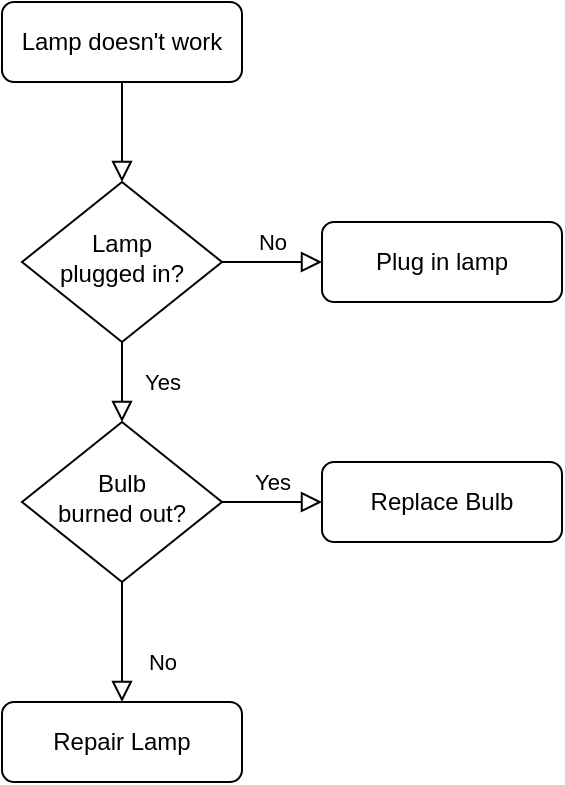
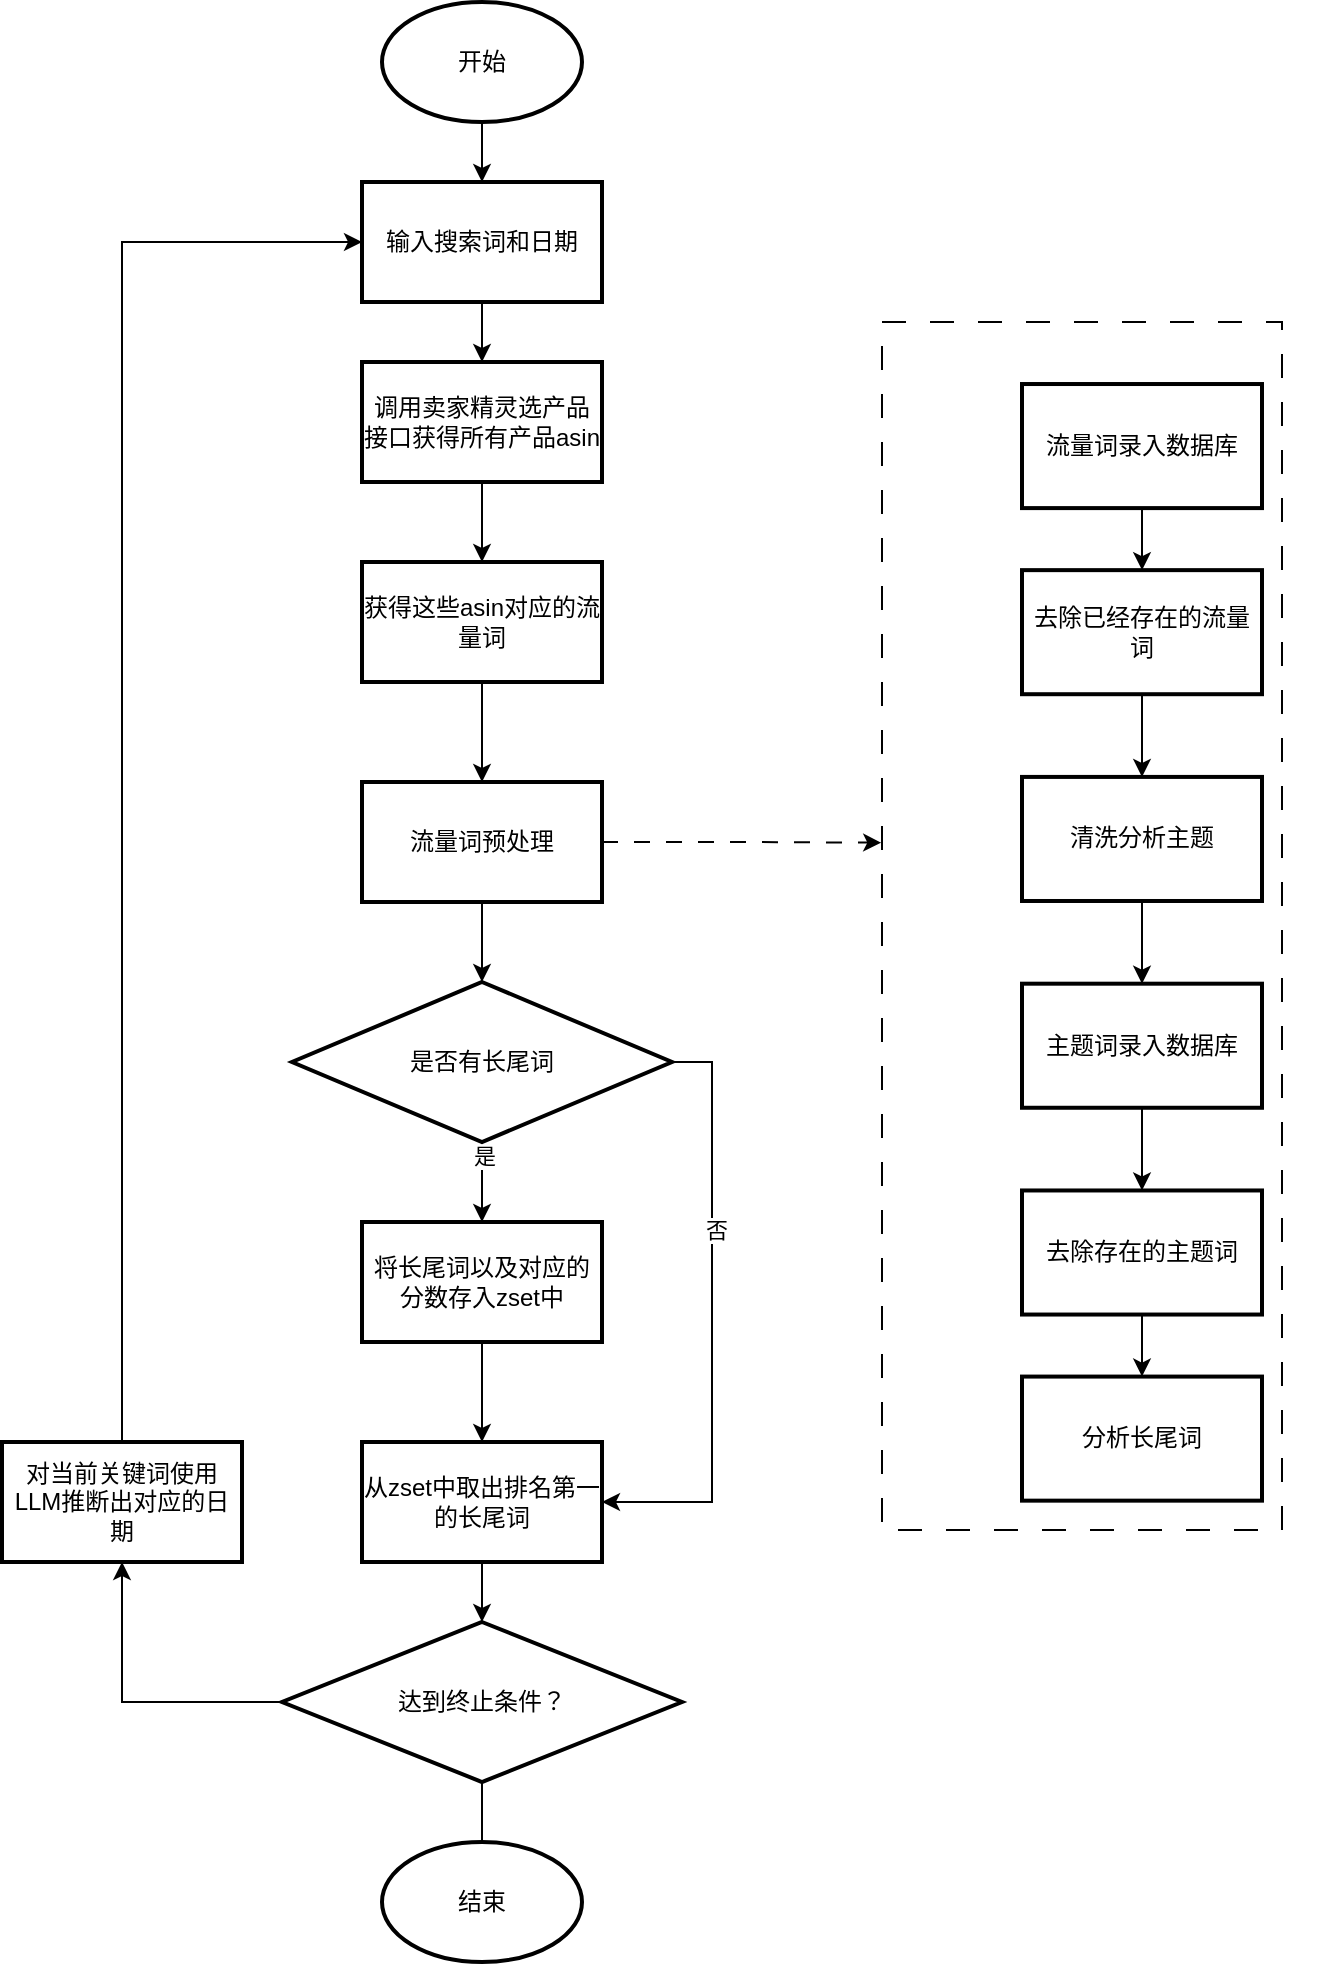
<mxfile host="app.diagrams.net">
  <diagram id="C5RBs43oDa-KdzZeNtuy" name="Page-1">
-     <mxGraphModel dx="1223" dy="898" grid="1" gridSize="10" guides="1" tooltips="1" connect="1" arrows="1" fold="1" page="1" pageScale="1" pageWidth="827" pageHeight="1169" math="0" shadow="0">
+     <mxGraphModel dx="1654" dy="878" grid="1" gridSize="10" guides="1" tooltips="1" connect="1" arrows="1" fold="1" page="1" pageScale="1" pageWidth="827" pageHeight="1169" math="0" shadow="0">
      <root>
        <mxCell id="WIyWlLk6GJQsqaUBKTNV-0" />
        <mxCell id="WIyWlLk6GJQsqaUBKTNV-1" parent="WIyWlLk6GJQsqaUBKTNV-0" />
-         <mxCell id="WIyWlLk6GJQsqaUBKTNV-2" value="" style="rounded=0;html=1;jettySize=auto;orthogonalLoop=1;fontSize=11;endArrow=block;endFill=0;endSize=8;strokeWidth=1;shadow=0;labelBackgroundColor=none;edgeStyle=orthogonalEdgeStyle;" parent="WIyWlLk6GJQsqaUBKTNV-1" source="WIyWlLk6GJQsqaUBKTNV-3" target="WIyWlLk6GJQsqaUBKTNV-6" edge="1">
+         <mxCell id="lqHJidFNR8SIyas8HkI6-2" edge="1" parent="WIyWlLk6GJQsqaUBKTNV-1" source="lqHJidFNR8SIyas8HkI6-0" style="edgeStyle=orthogonalEdgeStyle;rounded=0;orthogonalLoop=1;jettySize=auto;html=1;" target="lqHJidFNR8SIyas8HkI6-1" value="">
          <mxGeometry relative="1" as="geometry" />
        </mxCell>
-         <mxCell id="WIyWlLk6GJQsqaUBKTNV-3" value="Lamp doesn&#39;t work" style="rounded=1;whiteSpace=wrap;html=1;fontSize=12;glass=0;strokeWidth=1;shadow=0;" parent="WIyWlLk6GJQsqaUBKTNV-1" vertex="1">
-           <mxGeometry x="160" y="80" width="120" height="40" as="geometry" />
+         <mxCell id="lqHJidFNR8SIyas8HkI6-0" parent="WIyWlLk6GJQsqaUBKTNV-1" style="strokeWidth=2;html=1;shape=mxgraph.flowchart.start_1;whiteSpace=wrap;" value="开始" vertex="1">
+           <mxGeometry height="60" width="100" x="280" y="120" as="geometry" />
        </mxCell>
-         <mxCell id="WIyWlLk6GJQsqaUBKTNV-4" value="Yes" style="rounded=0;html=1;jettySize=auto;orthogonalLoop=1;fontSize=11;endArrow=block;endFill=0;endSize=8;strokeWidth=1;shadow=0;labelBackgroundColor=none;edgeStyle=orthogonalEdgeStyle;" parent="WIyWlLk6GJQsqaUBKTNV-1" source="WIyWlLk6GJQsqaUBKTNV-6" target="WIyWlLk6GJQsqaUBKTNV-10" edge="1">
-           <mxGeometry y="20" relative="1" as="geometry">
+         <mxCell id="lqHJidFNR8SIyas8HkI6-4" edge="1" parent="WIyWlLk6GJQsqaUBKTNV-1" source="lqHJidFNR8SIyas8HkI6-1" style="edgeStyle=orthogonalEdgeStyle;rounded=0;orthogonalLoop=1;jettySize=auto;html=1;" target="lqHJidFNR8SIyas8HkI6-3" value="">
+           <mxGeometry relative="1" as="geometry" />
+         </mxCell>
+         <mxCell id="lqHJidFNR8SIyas8HkI6-1" parent="WIyWlLk6GJQsqaUBKTNV-1" style="whiteSpace=wrap;html=1;strokeWidth=2;" value="输入搜索词和日期" vertex="1">
+           <mxGeometry height="60" width="120" x="270" y="210" as="geometry" />
+         </mxCell>
+         <mxCell id="lqHJidFNR8SIyas8HkI6-7" edge="1" parent="WIyWlLk6GJQsqaUBKTNV-1" source="lqHJidFNR8SIyas8HkI6-3" style="edgeStyle=orthogonalEdgeStyle;rounded=0;orthogonalLoop=1;jettySize=auto;html=1;" target="lqHJidFNR8SIyas8HkI6-6" value="">
+           <mxGeometry relative="1" as="geometry" />
+         </mxCell>
+         <mxCell id="lqHJidFNR8SIyas8HkI6-3" parent="WIyWlLk6GJQsqaUBKTNV-1" style="whiteSpace=wrap;html=1;strokeWidth=2;" value="调用卖家精灵选产品接口获得所有产品asin" vertex="1">
+           <mxGeometry height="60" width="120" x="270" y="300" as="geometry" />
+         </mxCell>
+         <mxCell id="lqHJidFNR8SIyas8HkI6-47" edge="1" parent="WIyWlLk6GJQsqaUBKTNV-1" source="lqHJidFNR8SIyas8HkI6-6" style="edgeStyle=orthogonalEdgeStyle;rounded=0;orthogonalLoop=1;jettySize=auto;html=1;" target="lqHJidFNR8SIyas8HkI6-46" value="">
+           <mxGeometry relative="1" as="geometry" />
+         </mxCell>
+         <mxCell id="lqHJidFNR8SIyas8HkI6-6" parent="WIyWlLk6GJQsqaUBKTNV-1" style="whiteSpace=wrap;html=1;strokeWidth=2;" value="获得这些asin对应的流量词" vertex="1">
+           <mxGeometry height="60" width="120" x="270" y="400" as="geometry" />
+         </mxCell>
+         <mxCell id="lqHJidFNR8SIyas8HkI6-31" edge="1" parent="WIyWlLk6GJQsqaUBKTNV-1" source="lqHJidFNR8SIyas8HkI6-20" style="edgeStyle=orthogonalEdgeStyle;rounded=0;orthogonalLoop=1;jettySize=auto;html=1;" target="lqHJidFNR8SIyas8HkI6-24" value="">
+           <mxGeometry relative="1" as="geometry" />
+         </mxCell>
+         <mxCell id="lqHJidFNR8SIyas8HkI6-20" parent="WIyWlLk6GJQsqaUBKTNV-1" style="whiteSpace=wrap;html=1;strokeWidth=2;" value="将长尾词以及对应的分数存入zset中" vertex="1">
+           <mxGeometry height="60" width="120" x="270" y="730" as="geometry" />
+         </mxCell>
+         <mxCell id="lqHJidFNR8SIyas8HkI6-36" edge="1" parent="WIyWlLk6GJQsqaUBKTNV-1" source="lqHJidFNR8SIyas8HkI6-24" style="edgeStyle=orthogonalEdgeStyle;rounded=0;orthogonalLoop=1;jettySize=auto;html=1;" target="lqHJidFNR8SIyas8HkI6-35" value="">
+           <mxGeometry relative="1" as="geometry" />
+         </mxCell>
+         <mxCell id="lqHJidFNR8SIyas8HkI6-24" parent="WIyWlLk6GJQsqaUBKTNV-1" style="whiteSpace=wrap;html=1;strokeWidth=2;" value="从zset中取出排名第一的长尾词" vertex="1">
+           <mxGeometry height="60" width="120" x="270" y="840" as="geometry" />
+         </mxCell>
+         <mxCell id="lqHJidFNR8SIyas8HkI6-30" edge="1" parent="WIyWlLk6GJQsqaUBKTNV-1" source="lqHJidFNR8SIyas8HkI6-28" style="edgeStyle=orthogonalEdgeStyle;rounded=0;orthogonalLoop=1;jettySize=auto;html=1;" target="lqHJidFNR8SIyas8HkI6-20" value="">
+           <mxGeometry relative="1" as="geometry" />
+         </mxCell>
+         <mxCell id="lqHJidFNR8SIyas8HkI6-33" connectable="0" parent="lqHJidFNR8SIyas8HkI6-30" style="edgeLabel;html=1;align=center;verticalAlign=middle;resizable=0;points=[];" value="是" vertex="1">
+           <mxGeometry relative="1" x="-0.65" y="1" as="geometry">
            <mxPoint as="offset" />
          </mxGeometry>
        </mxCell>
-         <mxCell id="WIyWlLk6GJQsqaUBKTNV-5" value="No" style="edgeStyle=orthogonalEdgeStyle;rounded=0;html=1;jettySize=auto;orthogonalLoop=1;fontSize=11;endArrow=block;endFill=0;endSize=8;strokeWidth=1;shadow=0;labelBackgroundColor=none;" parent="WIyWlLk6GJQsqaUBKTNV-1" source="WIyWlLk6GJQsqaUBKTNV-6" target="WIyWlLk6GJQsqaUBKTNV-7" edge="1">
-           <mxGeometry y="10" relative="1" as="geometry">
+         <mxCell id="lqHJidFNR8SIyas8HkI6-32" edge="1" parent="WIyWlLk6GJQsqaUBKTNV-1" source="lqHJidFNR8SIyas8HkI6-28" style="edgeStyle=orthogonalEdgeStyle;rounded=0;orthogonalLoop=1;jettySize=auto;html=1;entryX=1;entryY=0.5;entryDx=0;entryDy=0;" target="lqHJidFNR8SIyas8HkI6-24">
+           <mxGeometry relative="1" as="geometry">
+             <Array as="points">
+               <mxPoint x="445" y="650" />
+               <mxPoint x="445" y="870" />
+             </Array>
+           </mxGeometry>
+         </mxCell>
+         <mxCell id="lqHJidFNR8SIyas8HkI6-34" connectable="0" parent="lqHJidFNR8SIyas8HkI6-32" style="edgeLabel;html=1;align=center;verticalAlign=middle;resizable=0;points=[];" value="否" vertex="1">
+           <mxGeometry relative="1" x="-0.2949" y="2" as="geometry">
            <mxPoint as="offset" />
          </mxGeometry>
        </mxCell>
-         <mxCell id="WIyWlLk6GJQsqaUBKTNV-6" value="Lamp&lt;br&gt;plugged in?" style="rhombus;whiteSpace=wrap;html=1;shadow=0;fontFamily=Helvetica;fontSize=12;align=center;strokeWidth=1;spacing=6;spacingTop=-4;" parent="WIyWlLk6GJQsqaUBKTNV-1" vertex="1">
-           <mxGeometry x="170" y="170" width="100" height="80" as="geometry" />
+         <mxCell id="lqHJidFNR8SIyas8HkI6-28" parent="WIyWlLk6GJQsqaUBKTNV-1" style="rhombus;whiteSpace=wrap;html=1;strokeWidth=2;" value="是否有长尾词" vertex="1">
+           <mxGeometry height="80" width="190" x="235" y="610" as="geometry" />
        </mxCell>
-         <mxCell id="WIyWlLk6GJQsqaUBKTNV-7" value="Plug in lamp" style="rounded=1;whiteSpace=wrap;html=1;fontSize=12;glass=0;strokeWidth=1;shadow=0;" parent="WIyWlLk6GJQsqaUBKTNV-1" vertex="1">
-           <mxGeometry x="320" y="190" width="120" height="40" as="geometry" />
+         <mxCell id="lqHJidFNR8SIyas8HkI6-39" edge="1" parent="WIyWlLk6GJQsqaUBKTNV-1" source="lqHJidFNR8SIyas8HkI6-35" style="edgeStyle=orthogonalEdgeStyle;rounded=0;orthogonalLoop=1;jettySize=auto;html=1;" target="lqHJidFNR8SIyas8HkI6-38" value="">
+           <mxGeometry relative="1" as="geometry" />
        </mxCell>
-         <mxCell id="WIyWlLk6GJQsqaUBKTNV-8" value="No" style="rounded=0;html=1;jettySize=auto;orthogonalLoop=1;fontSize=11;endArrow=block;endFill=0;endSize=8;strokeWidth=1;shadow=0;labelBackgroundColor=none;edgeStyle=orthogonalEdgeStyle;" parent="WIyWlLk6GJQsqaUBKTNV-1" source="WIyWlLk6GJQsqaUBKTNV-10" target="WIyWlLk6GJQsqaUBKTNV-11" edge="1">
-           <mxGeometry x="0.3333" y="20" relative="1" as="geometry">
-             <mxPoint as="offset" />
+         <mxCell id="lqHJidFNR8SIyas8HkI6-44" edge="1" parent="WIyWlLk6GJQsqaUBKTNV-1" source="lqHJidFNR8SIyas8HkI6-35" style="edgeStyle=orthogonalEdgeStyle;rounded=0;orthogonalLoop=1;jettySize=auto;html=1;" value="">
+           <mxGeometry relative="1" as="geometry">
+             <mxPoint x="330" y="1089.9999999999995" as="targetPoint" />
          </mxGeometry>
        </mxCell>
-         <mxCell id="WIyWlLk6GJQsqaUBKTNV-9" value="Yes" style="edgeStyle=orthogonalEdgeStyle;rounded=0;html=1;jettySize=auto;orthogonalLoop=1;fontSize=11;endArrow=block;endFill=0;endSize=8;strokeWidth=1;shadow=0;labelBackgroundColor=none;" parent="WIyWlLk6GJQsqaUBKTNV-1" source="WIyWlLk6GJQsqaUBKTNV-10" target="WIyWlLk6GJQsqaUBKTNV-12" edge="1">
-           <mxGeometry y="10" relative="1" as="geometry">
-             <mxPoint as="offset" />
+         <mxCell id="lqHJidFNR8SIyas8HkI6-35" parent="WIyWlLk6GJQsqaUBKTNV-1" style="rhombus;whiteSpace=wrap;html=1;strokeWidth=2;" value="达到终止条件？" vertex="1">
+           <mxGeometry height="80" width="200" x="230" y="930" as="geometry" />
+         </mxCell>
+         <mxCell id="lqHJidFNR8SIyas8HkI6-40" edge="1" parent="WIyWlLk6GJQsqaUBKTNV-1" source="lqHJidFNR8SIyas8HkI6-38" style="edgeStyle=orthogonalEdgeStyle;rounded=0;orthogonalLoop=1;jettySize=auto;html=1;entryX=0;entryY=0.5;entryDx=0;entryDy=0;" target="lqHJidFNR8SIyas8HkI6-1">
+           <mxGeometry relative="1" as="geometry">
+             <Array as="points">
+               <mxPoint x="150" y="240" />
+             </Array>
          </mxGeometry>
        </mxCell>
-         <mxCell id="WIyWlLk6GJQsqaUBKTNV-10" value="Bulb&lt;br&gt;burned out?" style="rhombus;whiteSpace=wrap;html=1;shadow=0;fontFamily=Helvetica;fontSize=12;align=center;strokeWidth=1;spacing=6;spacingTop=-4;" parent="WIyWlLk6GJQsqaUBKTNV-1" vertex="1">
-           <mxGeometry x="170" y="290" width="100" height="80" as="geometry" />
+         <mxCell id="lqHJidFNR8SIyas8HkI6-38" parent="WIyWlLk6GJQsqaUBKTNV-1" style="whiteSpace=wrap;html=1;strokeWidth=2;" value="对当前关键词使用LLM推断出对应的日期" vertex="1">
+           <mxGeometry height="60" width="120" x="90" y="840" as="geometry" />
        </mxCell>
-         <mxCell id="WIyWlLk6GJQsqaUBKTNV-11" value="Repair Lamp" style="rounded=1;whiteSpace=wrap;html=1;fontSize=12;glass=0;strokeWidth=1;shadow=0;" parent="WIyWlLk6GJQsqaUBKTNV-1" vertex="1">
-           <mxGeometry x="160" y="430" width="120" height="40" as="geometry" />
+         <mxCell id="lqHJidFNR8SIyas8HkI6-45" parent="WIyWlLk6GJQsqaUBKTNV-1" style="strokeWidth=2;html=1;shape=mxgraph.flowchart.start_1;whiteSpace=wrap;" value="结束" vertex="1">
+           <mxGeometry height="60" width="100" x="280" y="1040" as="geometry" />
        </mxCell>
-         <mxCell id="WIyWlLk6GJQsqaUBKTNV-12" value="Replace Bulb" style="rounded=1;whiteSpace=wrap;html=1;fontSize=12;glass=0;strokeWidth=1;shadow=0;" parent="WIyWlLk6GJQsqaUBKTNV-1" vertex="1">
-           <mxGeometry x="320" y="310" width="120" height="40" as="geometry" />
+         <mxCell id="lqHJidFNR8SIyas8HkI6-48" edge="1" parent="WIyWlLk6GJQsqaUBKTNV-1" source="lqHJidFNR8SIyas8HkI6-46" style="edgeStyle=orthogonalEdgeStyle;rounded=0;orthogonalLoop=1;jettySize=auto;html=1;" target="lqHJidFNR8SIyas8HkI6-28" value="">
+           <mxGeometry relative="1" as="geometry" />
+         </mxCell>
+         <mxCell id="lqHJidFNR8SIyas8HkI6-51" edge="1" parent="WIyWlLk6GJQsqaUBKTNV-1" source="lqHJidFNR8SIyas8HkI6-46" style="edgeStyle=orthogonalEdgeStyle;rounded=0;orthogonalLoop=1;jettySize=auto;html=1;dashed=1;dashPattern=8 8;entryX=-0.002;entryY=0.431;entryDx=0;entryDy=0;entryPerimeter=0;" target="lqHJidFNR8SIyas8HkI6-49">
+           <mxGeometry relative="1" as="geometry">
+             <mxPoint x="520" y="540" as="targetPoint" />
+           </mxGeometry>
+         </mxCell>
+         <mxCell id="lqHJidFNR8SIyas8HkI6-46" parent="WIyWlLk6GJQsqaUBKTNV-1" style="whiteSpace=wrap;html=1;strokeWidth=2;" value="流量词预处理" vertex="1">
+           <mxGeometry height="60" width="120" x="270" y="510" as="geometry" />
+         </mxCell>
+         <mxCell id="lqHJidFNR8SIyas8HkI6-50" connectable="0" parent="WIyWlLk6GJQsqaUBKTNV-1" style="group" value="" vertex="1">
+           <mxGeometry height="610" width="200" x="560" y="280" as="geometry" />
+         </mxCell>
+         <mxCell id="lqHJidFNR8SIyas8HkI6-11" edge="1" parent="lqHJidFNR8SIyas8HkI6-50" source="lqHJidFNR8SIyas8HkI6-8" style="edgeStyle=orthogonalEdgeStyle;rounded=0;orthogonalLoop=1;jettySize=auto;html=1;" target="lqHJidFNR8SIyas8HkI6-10" value="">
+           <mxGeometry relative="1" as="geometry" />
+         </mxCell>
+         <mxCell id="lqHJidFNR8SIyas8HkI6-8" parent="lqHJidFNR8SIyas8HkI6-50" style="whiteSpace=wrap;html=1;strokeWidth=2;" value="流量词录入数据库" vertex="1">
+           <mxGeometry height="62.03389830508474" width="120" x="40" y="31.01694915254237" as="geometry" />
+         </mxCell>
+         <mxCell id="lqHJidFNR8SIyas8HkI6-13" edge="1" parent="lqHJidFNR8SIyas8HkI6-50" source="lqHJidFNR8SIyas8HkI6-10" style="edgeStyle=orthogonalEdgeStyle;rounded=0;orthogonalLoop=1;jettySize=auto;html=1;" target="lqHJidFNR8SIyas8HkI6-12" value="">
+           <mxGeometry relative="1" as="geometry" />
+         </mxCell>
+         <mxCell id="lqHJidFNR8SIyas8HkI6-10" parent="lqHJidFNR8SIyas8HkI6-50" style="whiteSpace=wrap;html=1;strokeWidth=2;" value="去除已经存在的流量词" vertex="1">
+           <mxGeometry height="62.03389830508474" width="120" x="40" y="124.06779661016948" as="geometry" />
+         </mxCell>
+         <mxCell id="lqHJidFNR8SIyas8HkI6-15" edge="1" parent="lqHJidFNR8SIyas8HkI6-50" source="lqHJidFNR8SIyas8HkI6-12" style="edgeStyle=orthogonalEdgeStyle;rounded=0;orthogonalLoop=1;jettySize=auto;html=1;" target="lqHJidFNR8SIyas8HkI6-14" value="">
+           <mxGeometry relative="1" as="geometry" />
+         </mxCell>
+         <mxCell id="lqHJidFNR8SIyas8HkI6-12" parent="lqHJidFNR8SIyas8HkI6-50" style="whiteSpace=wrap;html=1;strokeWidth=2;" value="清洗分析主题" vertex="1">
+           <mxGeometry height="62.03389830508474" width="120" x="40" y="227.45762711864404" as="geometry" />
+         </mxCell>
+         <mxCell id="lqHJidFNR8SIyas8HkI6-17" edge="1" parent="lqHJidFNR8SIyas8HkI6-50" source="lqHJidFNR8SIyas8HkI6-14" style="edgeStyle=orthogonalEdgeStyle;rounded=0;orthogonalLoop=1;jettySize=auto;html=1;" target="lqHJidFNR8SIyas8HkI6-16" value="">
+           <mxGeometry relative="1" as="geometry" />
+         </mxCell>
+         <mxCell id="lqHJidFNR8SIyas8HkI6-14" parent="lqHJidFNR8SIyas8HkI6-50" style="whiteSpace=wrap;html=1;strokeWidth=2;" value="主题词录入数据库" vertex="1">
+           <mxGeometry height="62.03389830508474" width="120" x="40" y="330.8474576271186" as="geometry" />
+         </mxCell>
+         <mxCell id="lqHJidFNR8SIyas8HkI6-19" edge="1" parent="lqHJidFNR8SIyas8HkI6-50" source="lqHJidFNR8SIyas8HkI6-16" style="edgeStyle=orthogonalEdgeStyle;rounded=0;orthogonalLoop=1;jettySize=auto;html=1;" target="lqHJidFNR8SIyas8HkI6-18" value="">
+           <mxGeometry relative="1" as="geometry" />
+         </mxCell>
+         <mxCell id="lqHJidFNR8SIyas8HkI6-16" parent="lqHJidFNR8SIyas8HkI6-50" style="whiteSpace=wrap;html=1;strokeWidth=2;" value="去除存在的主题词" vertex="1">
+           <mxGeometry height="62.03389830508474" width="120" x="40" y="434.2372881355932" as="geometry" />
+         </mxCell>
+         <mxCell id="lqHJidFNR8SIyas8HkI6-18" parent="lqHJidFNR8SIyas8HkI6-50" style="whiteSpace=wrap;html=1;strokeWidth=2;" value="分析长尾词" vertex="1">
+           <mxGeometry height="62.03389830508474" width="120" x="40" y="527.2881355932203" as="geometry" />
+         </mxCell>
+         <mxCell id="lqHJidFNR8SIyas8HkI6-49" parent="WIyWlLk6GJQsqaUBKTNV-1" style="rounded=0;whiteSpace=wrap;html=1;fillColor=none;dashed=1;dashPattern=12 12;strokeColor=default;strokeWidth=1;" value="" vertex="1">
+           <mxGeometry height="604" width="200" x="530" y="280" as="geometry" />
        </mxCell>
      </root>
    </mxGraphModel>
  </diagram>
</mxfile>
